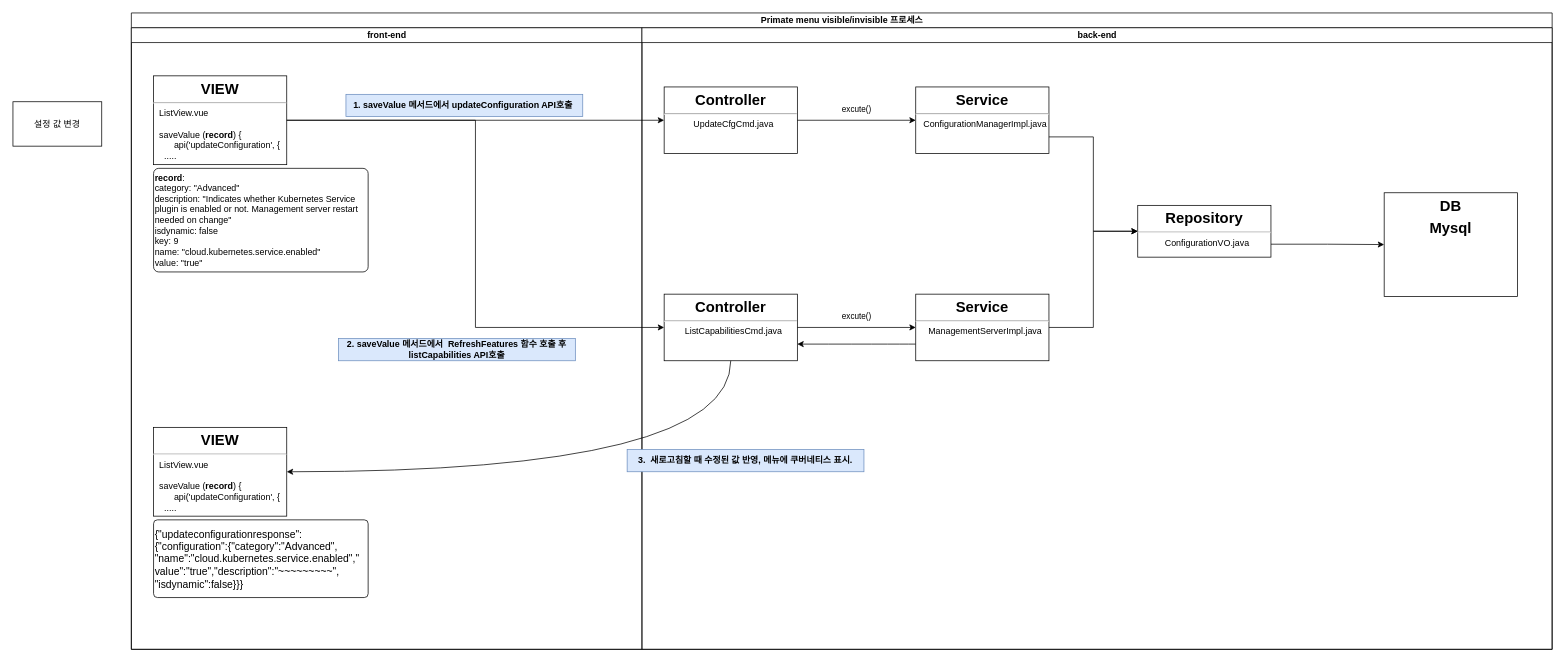
Earlier version of the draw.io diagram kuber메뉴.drawio (stardom3645/wiki). Source tidied: cells renumbered, new cells numbered last; positions are measured from the earlier drawing's top-left corner, leaving out a move shared by most shapes. Both pictures are drawn from the tidied source at 74%, with x=0, y=0 at pixel (13, 13).
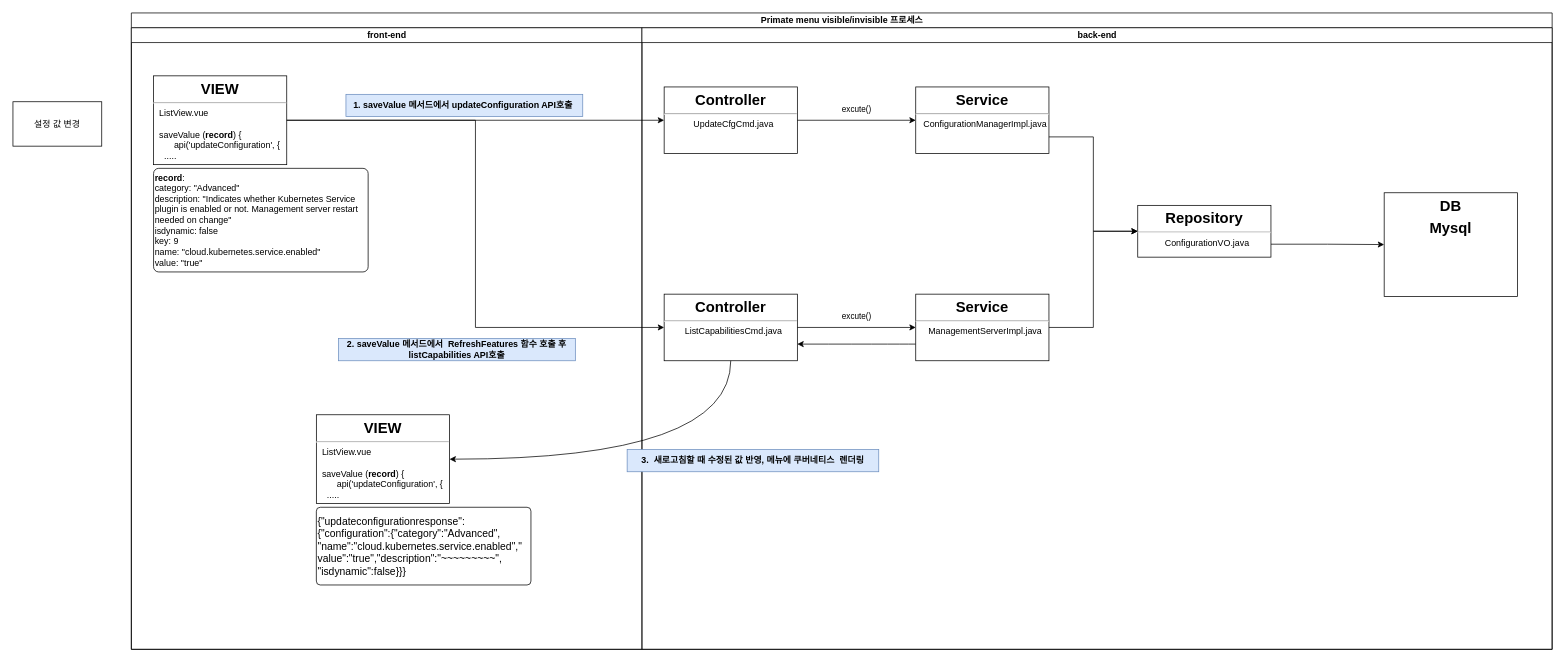
Above is the later version.

Commit message:
kuber메뉴.drawio 업데이트

Unchanged cells that the change refers to:
```xml
<mxCell id="3" value="front-end" style="swimlane;html=1;startSize=20;" parent="2" vertex="1">
  <mxGeometry y="20" width="690" height="840" as="geometry" />
</mxCell>
<mxCell id="11" value="back-end" style="swimlane;html=1;startSize=20;" parent="2" vertex="1">
  <mxGeometry x="690" y="20" width="1230" height="840" as="geometry" />
</mxCell>
```

Diff of the diagram source:
```diff
@@
     <mxCell id="8" value="&lt;p style=&quot;margin: 0px ; margin-top: 6px ; text-align: center&quot;&gt;&lt;b&gt;&lt;font style=&quot;font-size: 20px&quot;&gt;VIEW&lt;/font&gt;&lt;/b&gt;&lt;/p&gt;&lt;hr&gt;&lt;p style=&quot;margin: 0px ; margin-left: 8px&quot;&gt;&lt;span style=&quot;text-align: center&quot;&gt;ListView.vue&lt;/span&gt;&lt;br&gt;&lt;/p&gt;&lt;p style=&quot;margin: 0px ; margin-left: 8px&quot;&gt;&lt;br&gt;&lt;/p&gt;&lt;p style=&quot;margin: 0px ; margin-left: 8px&quot;&gt;saveValue (&lt;b&gt;record&lt;/b&gt;) {&lt;/p&gt;&lt;p style=&quot;margin: 0px ; margin-left: 8px&quot;&gt;&amp;nbsp; &amp;nbsp; &amp;nbsp; api('updateConfiguration', {&lt;/p&gt;&lt;p style=&quot;margin: 0px ; margin-left: 8px&quot;&gt;&amp;nbsp; .....&lt;/p&gt;" style="align=left;overflow=fill;html=1;" parent="3" vertex="1">
-      <mxGeometry x="30" y="540" width="180" height="120" as="geometry" />
+      <mxGeometry x="250" y="523" width="180" height="120" as="geometry" />
     </mxCell>
     <mxCell id="9" value="&lt;font style=&quot;font-size: 14px&quot;&gt;{&quot;updateconfigurationresponse&quot;:{&quot;configuration&quot;:{&quot;category&quot;:&quot;Advanced&quot;,&lt;br&gt;&quot;name&quot;:&quot;cloud.kubernetes.service.enabled&quot;,&quot;&lt;br&gt;&lt;/font&gt;&lt;div style=&quot;font-size: 14px&quot;&gt;value&quot;:&quot;true&quot;,&quot;description&quot;:&quot;~~~~~~~~~&quot;,&lt;/div&gt;&lt;div style=&quot;font-size: 14px&quot;&gt;&quot;isdynamic&quot;:false}}}&lt;/div&gt;" style="rounded=1;whiteSpace=wrap;html=1;strokeColor=#000000;align=left;arcSize=5;" parent="3" vertex="1">
-      <mxGeometry x="30" y="665" width="290" height="105" as="geometry" />
+      <mxGeometry x="250" y="648" width="290" height="105" as="geometry" />
     </mxCell>
@@
-    <mxCell id="24" value="&lt;span style=&quot;text-align: left&quot;&gt;3.&amp;nbsp; 새로고침할 때 수정된 값 반영, 메뉴에 쿠버네티스 표시.&lt;/span&gt;" style="text;html=1;strokeColor=#6c8ebf;fillColor=#dae8fc;align=center;verticalAlign=middle;whiteSpace=wrap;rounded=0;fontStyle=1;" parent="11" vertex="1">
-      <mxGeometry x="-20" y="570" width="320" height="30" as="geometry" />
+    <mxCell id="24" value="&lt;span style=&quot;text-align: left&quot;&gt;3.&amp;nbsp; 새로고침할 때 수정된 값 반영, 메뉴에 쿠버네티스&amp;nbsp; 렌더링&lt;/span&gt;" style="text;html=1;strokeColor=#6c8ebf;fillColor=#dae8fc;align=center;verticalAlign=middle;whiteSpace=wrap;rounded=0;fontStyle=1;" parent="11" vertex="1">
+      <mxGeometry x="-20" y="570" width="340" height="30" as="geometry" />
     </mxCell>
```
